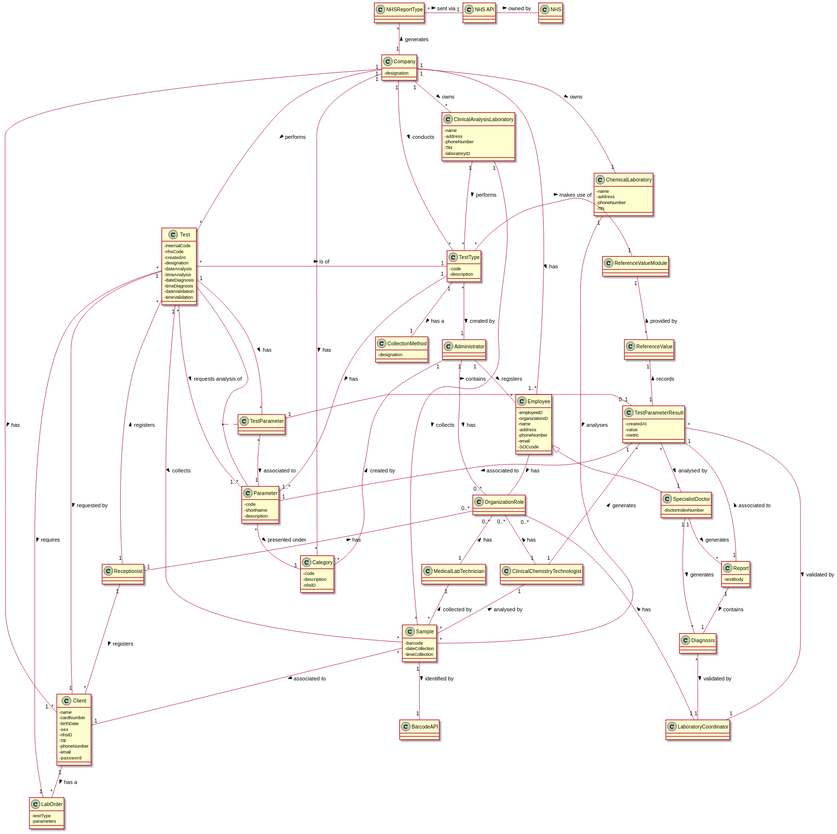
The PlantUML diagram docs/SprintC/DM.svg in MadDinosaur/ISEP-LAPR2, before a commit.
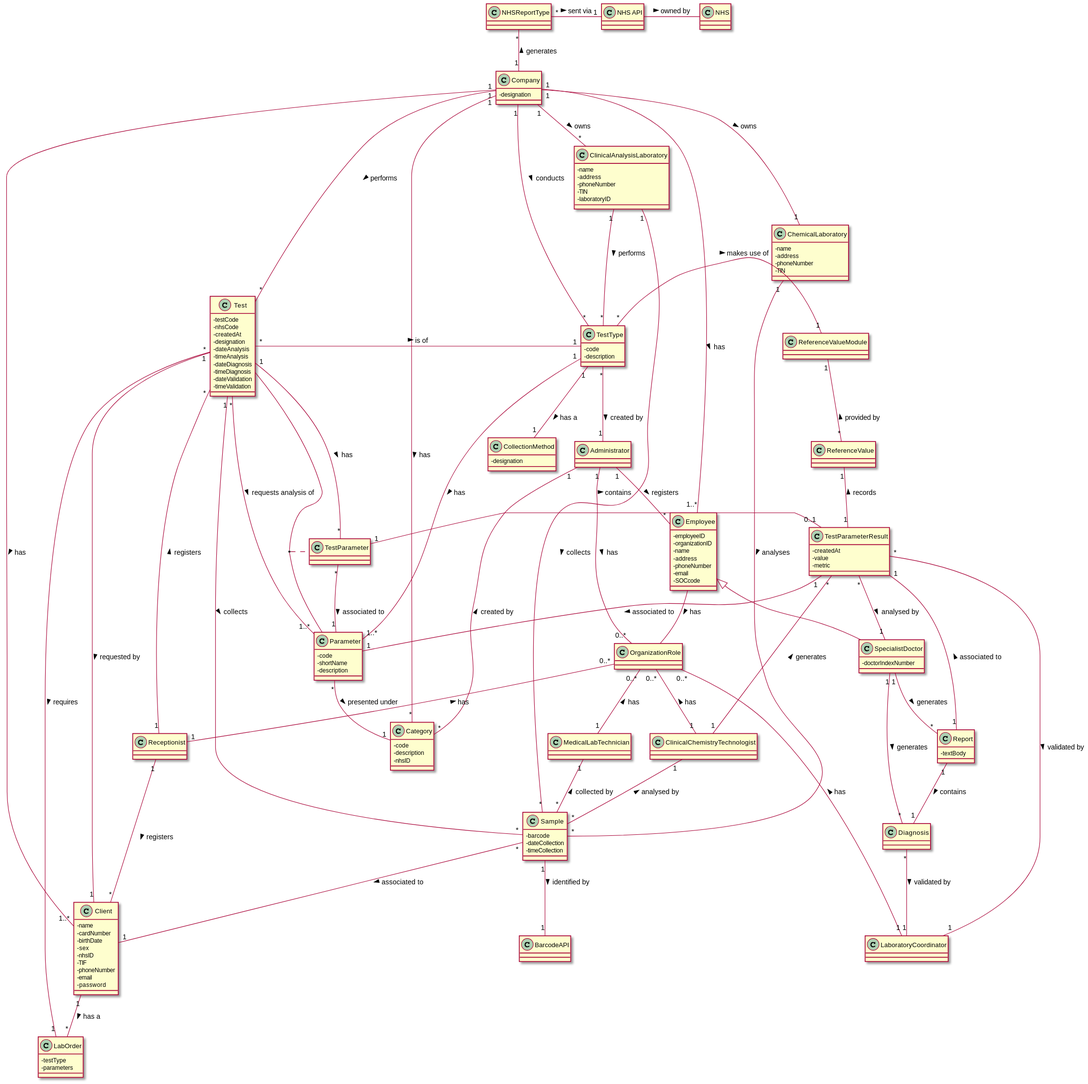
After the commit.

Diff of the diagram source:
```diff
@@ -75,7 +75,7 @@
 -doctorIndexNumber
 }
 class Test {
--internalCode
+-testCode
 -nhsCode
 -createdAt
 -designation
```
